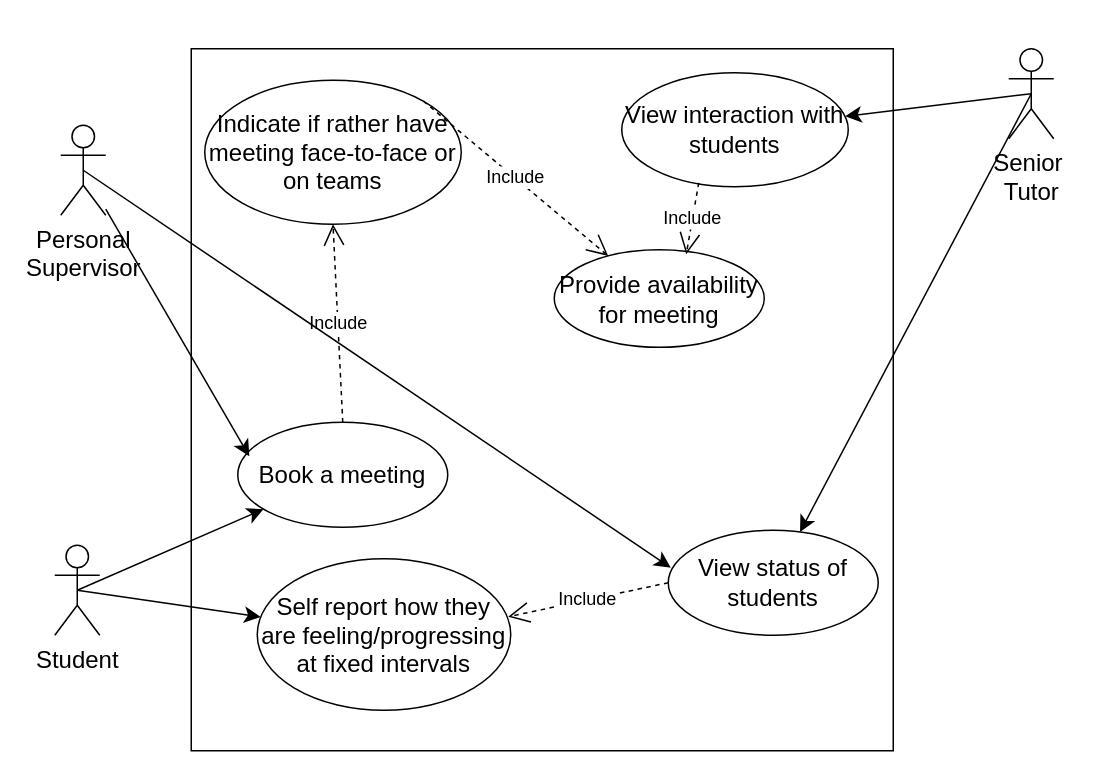
Before: page "Copy of Page-1" (2 of 10) of Untitled Diagram.drawio in MariaSpencer/git_practice, a draw.io diagram. Source tidied: cells renumbered, new cells numbered last; positions are measured from the earlier drawing's top-left corner, leaving out a move shared by most shapes. Both pictures are drawn from the tidied source at 150%, with x=0, y=0 at pixel (54, 48).
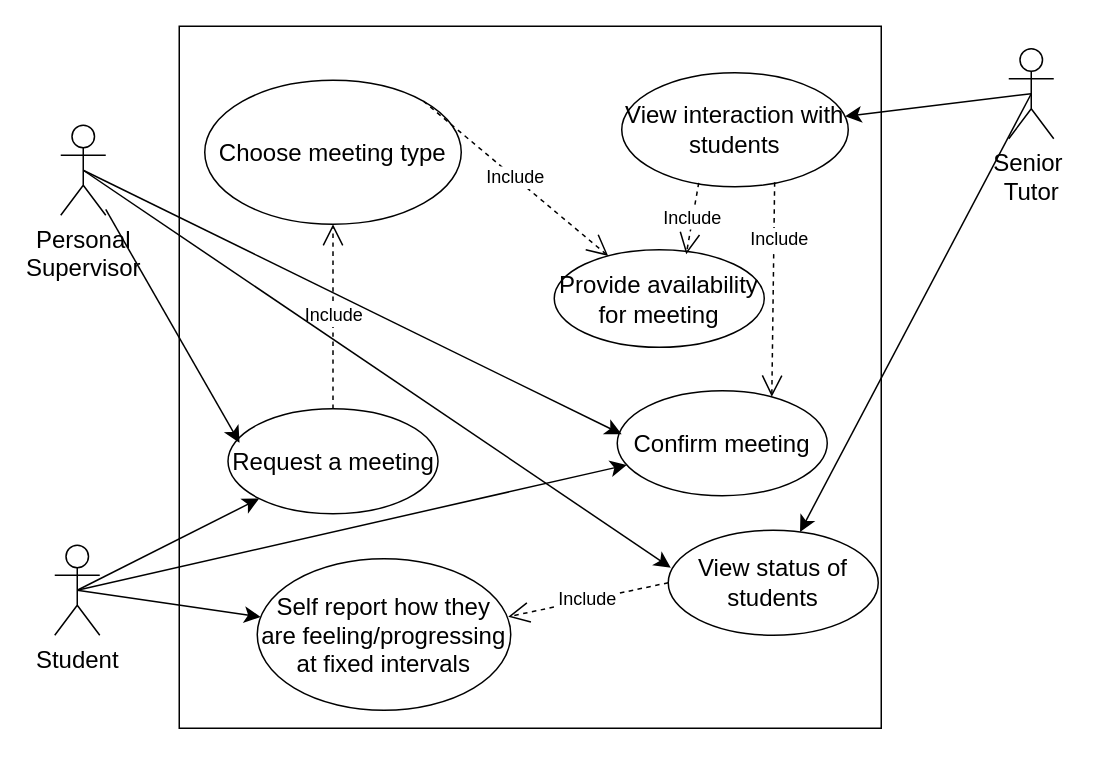
The same page after the edit.

Unchanged cells that the change refers to:
```xml
<mxCell id="8" value="Student" style="shape=umlActor;verticalLabelPosition=bottom;verticalAlign=top;html=1;fontSize=16;" parent="1" vertex="1">
  <mxGeometry y="331" width="30" height="60" as="geometry" />
</mxCell>
<mxCell id="9" value="Personal &lt;br&gt;Supervisor" style="shape=umlActor;verticalLabelPosition=bottom;verticalAlign=top;html=1;fontSize=16;" parent="1" vertex="1">
  <mxGeometry x="4" y="51" width="30" height="60" as="geometry" />
</mxCell>
<mxCell id="12" value="View interaction with students" style="ellipse;whiteSpace=wrap;html=1;fontSize=16;" parent="1" vertex="1">
  <mxGeometry x="378" y="16" width="151" height="76" as="geometry" />
</mxCell>
```

Change to the diagram source:
```diff
@@
     <mxCell id="2" style="whiteSpace=wrap;html=1;fontSize=16;" parent="1" vertex="1">
-      <mxGeometry x="91" width="468" height="468" as="geometry" />
+      <mxGeometry x="83" y="-15" width="468" height="468" as="geometry" />
     </mxCell>
@@
-    <mxCell id="10" value="Book a meeting" style="ellipse;whiteSpace=wrap;html=1;fontSize=16;" parent="1" vertex="1">
-      <mxGeometry x="122" y="249" width="140" height="70" as="geometry" />
+    <mxCell id="10" value="Request a meeting" style="ellipse;whiteSpace=wrap;html=1;fontSize=16;" parent="1" vertex="1">
+      <mxGeometry x="115.5" y="240" width="140" height="70" as="geometry" />
     </mxCell>
@@
-    <mxCell id="16" value="Indicate if rather have meeting face-to-face or on teams" style="ellipse;whiteSpace=wrap;html=1;fontSize=16;" parent="1" vertex="1">
+    <mxCell id="16" value="Choose meeting type" style="ellipse;whiteSpace=wrap;html=1;fontSize=16;" parent="1" vertex="1">
       <mxGeometry x="100" y="21" width="171" height="96" as="geometry" />
     </mxCell>
@@
+    <mxCell id="22" value="&lt;span style=&quot;font-size: 16px;&quot;&gt;Confirm meeting&lt;/span&gt;" style="ellipse;whiteSpace=wrap;html=1;" parent="1" vertex="1">
+      <mxGeometry x="375" y="228" width="140" height="70" as="geometry" />
+    </mxCell>
+    <mxCell id="23" style="edgeStyle=none;curved=1;rounded=0;jettySize=auto;html=1;entryX=0.021;entryY=0.414;entryDx=0;entryDy=0;entryPerimeter=0;fontSize=12;startSize=8;endSize=8;exitX=0.5;exitY=0.5;exitDx=0;exitDy=0;exitPerimeter=0;" parent="1" edge="1" source="9" target="22">
+      <mxGeometry relative="1" as="geometry" />
+    </mxCell>
+    <mxCell id="24" style="edgeStyle=none;curved=1;rounded=0;jettySize=auto;html=1;exitX=0.5;exitY=0.5;exitDx=0;exitDy=0;exitPerimeter=0;fontSize=12;startSize=8;endSize=8;" parent="1" edge="1" source="8" target="22">
+      <mxGeometry relative="1" as="geometry" />
+    </mxCell>
+    <mxCell id="25" value="Include" style="endArrow=open;endSize=12;dashed=1;html=1;rounded=0;fontSize=12;curved=1;entryX=0.736;entryY=0.057;entryDx=0;entryDy=0;entryPerimeter=0;exitX=0.675;exitY=0.961;exitDx=0;exitDy=0;exitPerimeter=0;" parent="1" edge="1" source="12" target="22">
+      <mxGeometry x="-0.47" y="4" relative="1" as="geometry" />
+    </mxCell>
```
